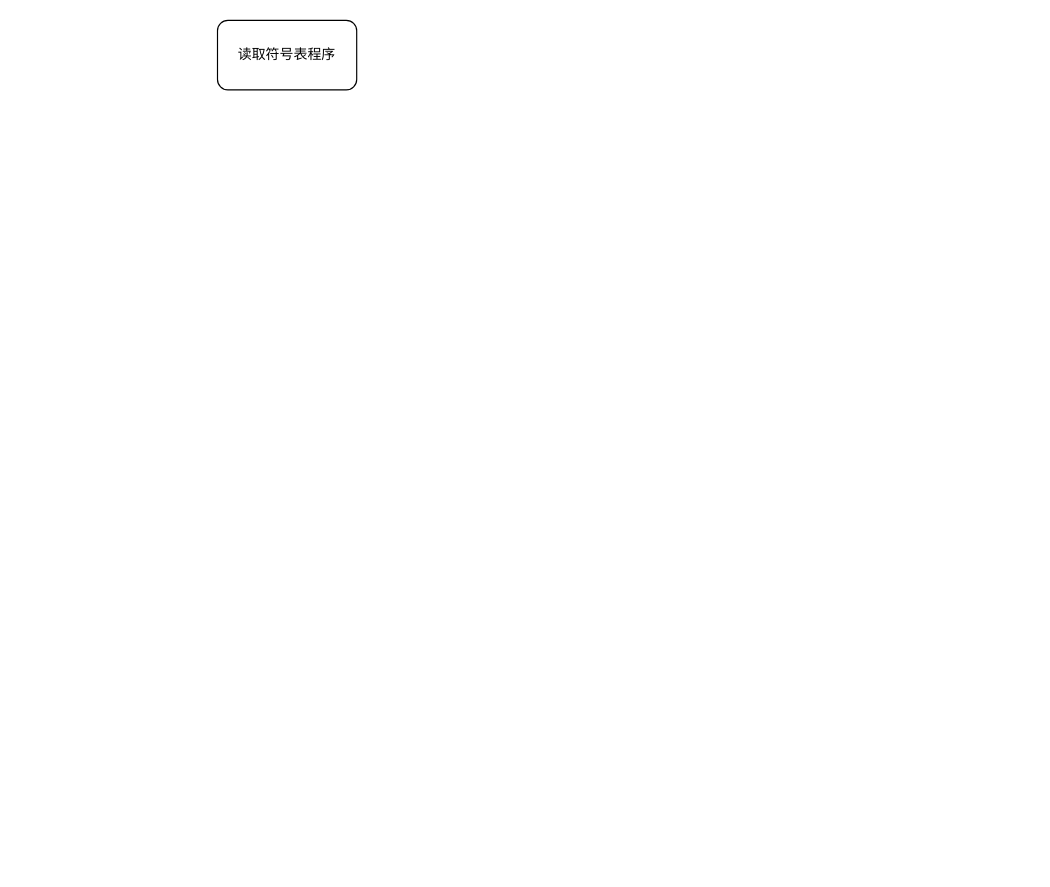
Jasaxion/LinuxELF_FileParse keeps this draw.io diagram as work/dp/s指令/image/s.drawio. Above is the earlier version. Source tidied: cells renumbered, new cells numbered last; positions are measured from the earlier drawing's top-left corner, leaving out a move shared by most shapes. Both pictures are drawn from the tidied source at 116%, with x=0, y=0 at pixel (217, 20).
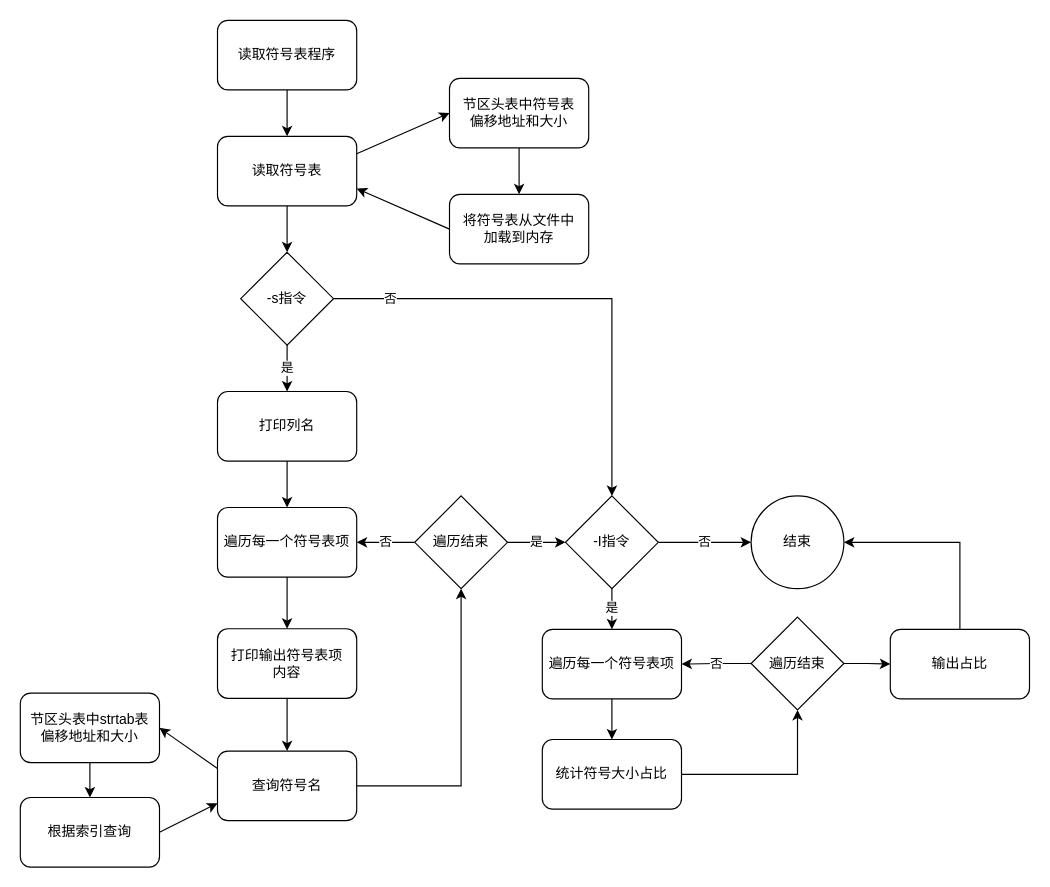
The same page after the edit.

The change refers to these unchanged cells:
```xml
<mxCell id="2" value="读取符号表程序" style="rounded=1;whiteSpace=wrap;html=1;" parent="1" vertex="1">
  <mxGeometry width="120" height="60" as="geometry" />
</mxCell>
```

The edit, as a diff of the source:
```diff
@@
+    <mxCell id="3" style="edgeStyle=orthogonalEdgeStyle;rounded=0;jettySize=auto;html=1;" parent="1" edge="1" source="2" target="5">
+      <mxGeometry relative="1" as="geometry" />
+    </mxCell>
@@
+    <mxCell id="4" style="edgeStyle=orthogonalEdgeStyle;rounded=0;jettySize=auto;html=1;" parent="1" edge="1" source="5" target="13">
+      <mxGeometry relative="1" as="geometry" />
+    </mxCell>
+    <mxCell id="5" value="读取符号表" style="rounded=1;whiteSpace=wrap;html=1;" parent="1" vertex="1">
+      <mxGeometry y="100" width="120" height="60" as="geometry" />
+    </mxCell>
+    <mxCell id="6" style="edgeStyle=orthogonalEdgeStyle;rounded=0;jettySize=auto;html=1;" parent="1" edge="1" source="7" target="8">
+      <mxGeometry relative="1" as="geometry" />
+    </mxCell>
+    <mxCell id="7" value="节区头表中符号表&lt;br&gt;偏移地址和大小" style="rounded=1;whiteSpace=wrap;html=1;" parent="1" vertex="1">
+      <mxGeometry x="200" y="50" width="120" height="60" as="geometry" />
+    </mxCell>
+    <mxCell id="8" value="将符号表从文件中&lt;br&gt;加载到内存" style="rounded=1;whiteSpace=wrap;html=1;" parent="1" vertex="1">
+      <mxGeometry x="200" y="150" width="120" height="60" as="geometry" />
+    </mxCell>
+    <mxCell id="9" style="endArrow=classic;html=1;rounded=0;exitX=1;exitY=0.25;exitDx=0;exitDy=0;entryX=0;entryY=0.5;entryDx=0;entryDy=0;" parent="1" edge="1" source="5" target="7">
+      <mxGeometry relative="1" as="geometry" />
+    </mxCell>
+    <mxCell id="10" style="endArrow=classic;html=1;rounded=0;entryX=1;entryY=0.75;entryDx=0;entryDy=0;exitX=0;exitY=0.5;exitDx=0;exitDy=0;" parent="1" edge="1" source="8" target="5">
+      <mxGeometry relative="1" as="geometry" />
+    </mxCell>
+    <mxCell id="11" value="是" style="edgeStyle=orthogonalEdgeStyle;rounded=0;jettySize=auto;html=1;" parent="1" edge="1" source="13" target="15">
+      <mxGeometry relative="1" as="geometry" />
+    </mxCell>
+    <mxCell id="12" value="否" style="edgeStyle=orthogonalEdgeStyle;rounded=0;jettySize=auto;html=1;exitX=1;exitY=0.5;exitDx=0;exitDy=0;entryX=0.5;entryY=0;entryDx=0;entryDy=0;" parent="1" edge="1" source="13" target="32">
+      <mxGeometry x="-0.76" relative="1" as="geometry" />
+    </mxCell>
+    <mxCell id="13" value="-s指令" style="rhombus;whiteSpace=wrap;html=1;" parent="1" vertex="1">
+      <mxGeometry x="20" y="200" width="80" height="80" as="geometry" />
+    </mxCell>
+    <mxCell id="14" style="edgeStyle=orthogonalEdgeStyle;rounded=0;jettySize=auto;html=1;" parent="1" edge="1" source="15" target="17">
+      <mxGeometry relative="1" as="geometry" />
+    </mxCell>
+    <mxCell id="15" value="打印列名" style="rounded=1;whiteSpace=wrap;html=1;" parent="1" vertex="1">
+      <mxGeometry y="320" width="120" height="60" as="geometry" />
+    </mxCell>
+    <mxCell id="16" style="edgeStyle=orthogonalEdgeStyle;rounded=0;jettySize=auto;html=1;" parent="1" edge="1" source="17" target="22">
+      <mxGeometry relative="1" as="geometry" />
+    </mxCell>
+    <mxCell id="17" value="遍历每一个符号表项" style="rounded=1;whiteSpace=wrap;html=1;" parent="1" vertex="1">
+      <mxGeometry y="420" width="120" height="60" as="geometry" />
+    </mxCell>
+    <mxCell id="18" value="否" style="edgeStyle=orthogonalEdgeStyle;rounded=0;jettySize=auto;html=1;" parent="1" edge="1" source="20" target="17">
+      <mxGeometry relative="1" as="geometry" />
+    </mxCell>
+    <mxCell id="19" value="是" style="edgeStyle=orthogonalEdgeStyle;rounded=0;jettySize=auto;html=1;" parent="1" edge="1" source="20" target="32">
+      <mxGeometry relative="1" as="geometry" />
+    </mxCell>
+    <mxCell id="20" value="遍历结束" style="rhombus;whiteSpace=wrap;html=1;" parent="1" vertex="1">
+      <mxGeometry x="170" y="410" width="80" height="80" as="geometry" />
+    </mxCell>
+    <mxCell id="21" style="edgeStyle=orthogonalEdgeStyle;rounded=0;jettySize=auto;html=1;" parent="1" edge="1" source="22" target="24">
+      <mxGeometry relative="1" as="geometry" />
+    </mxCell>
+    <mxCell id="22" value="打印输出符号表项&lt;br&gt;内容" style="rounded=1;whiteSpace=wrap;html=1;" parent="1" vertex="1">
+      <mxGeometry y="524.5" width="120" height="60" as="geometry" />
+    </mxCell>
+    <mxCell id="23" style="edgeStyle=orthogonalEdgeStyle;rounded=0;jettySize=auto;html=1;entryX=0.5;entryY=1;entryDx=0;entryDy=0;" parent="1" edge="1" source="24" target="20">
+      <mxGeometry relative="1" as="geometry" />
+    </mxCell>
+    <mxCell id="24" value="查询符号名" style="rounded=1;whiteSpace=wrap;html=1;" parent="1" vertex="1">
+      <mxGeometry y="630" width="120" height="60" as="geometry" />
+    </mxCell>
+    <mxCell id="25" style="edgeStyle=orthogonalEdgeStyle;rounded=0;jettySize=auto;html=1;" parent="1" edge="1" source="26" target="27">
+      <mxGeometry relative="1" as="geometry" />
+    </mxCell>
+    <mxCell id="26" value="节区头表中strtab表&lt;br&gt;偏移地址和大小" style="rounded=1;whiteSpace=wrap;html=1;" parent="1" vertex="1">
+      <mxGeometry x="-170" y="580" width="120" height="60" as="geometry" />
+    </mxCell>
+    <mxCell id="27" value="根据索引查询" style="rounded=1;whiteSpace=wrap;html=1;" parent="1" vertex="1">
+      <mxGeometry x="-170" y="670" width="120" height="60" as="geometry" />
+    </mxCell>
+    <mxCell id="28" style="endArrow=classic;html=1;rounded=0;exitX=0;exitY=0.25;exitDx=0;exitDy=0;entryX=1;entryY=0.5;entryDx=0;entryDy=0;" parent="1" edge="1" source="24" target="26">
+      <mxGeometry relative="1" as="geometry" />
+    </mxCell>
+    <mxCell id="29" style="endArrow=classic;html=1;rounded=0;exitX=1;exitY=0.5;exitDx=0;exitDy=0;entryX=0;entryY=0.75;entryDx=0;entryDy=0;" parent="1" edge="1" source="27" target="24">
+      <mxGeometry relative="1" as="geometry" />
+    </mxCell>
+    <mxCell id="30" value="是" style="edgeStyle=orthogonalEdgeStyle;rounded=0;jettySize=auto;html=1;" parent="1" edge="1" source="32" target="34">
+      <mxGeometry relative="1" as="geometry" />
+    </mxCell>
+    <mxCell id="31" value="否" style="edgeStyle=orthogonalEdgeStyle;rounded=0;jettySize=auto;html=1;entryX=0;entryY=0.5;entryDx=0;entryDy=0;" parent="1" edge="1" source="32" target="42">
+      <mxGeometry relative="1" as="geometry" />
+    </mxCell>
+    <mxCell id="32" value="-I指令" style="rhombus;whiteSpace=wrap;html=1;" parent="1" vertex="1">
+      <mxGeometry x="300" y="410" width="80" height="80" as="geometry" />
+    </mxCell>
+    <mxCell id="33" style="edgeStyle=orthogonalEdgeStyle;rounded=0;jettySize=auto;html=1;" parent="1" edge="1" source="34" target="39">
+      <mxGeometry relative="1" as="geometry" />
+    </mxCell>
+    <mxCell id="34" value="遍历每一个符号表项" style="rounded=1;whiteSpace=wrap;html=1;" parent="1" vertex="1">
+      <mxGeometry x="280" y="525" width="120" height="60" as="geometry" />
+    </mxCell>
+    <mxCell id="35" value="否" style="edgeStyle=orthogonalEdgeStyle;rounded=0;jettySize=auto;html=1;" parent="1" edge="1" source="37" target="34">
+      <mxGeometry relative="1" as="geometry" />
+    </mxCell>
+    <mxCell id="36" style="edgeStyle=orthogonalEdgeStyle;rounded=0;jettySize=auto;html=1;" parent="1" edge="1" source="37" target="41">
+      <mxGeometry relative="1" as="geometry" />
+    </mxCell>
+    <mxCell id="37" value="遍历结束" style="rhombus;whiteSpace=wrap;html=1;" parent="1" vertex="1">
+      <mxGeometry x="460" y="514.5" width="80" height="80" as="geometry" />
+    </mxCell>
+    <mxCell id="38" style="edgeStyle=orthogonalEdgeStyle;rounded=0;jettySize=auto;html=1;entryX=0.5;entryY=1;entryDx=0;entryDy=0;" parent="1" edge="1" source="39" target="37">
+      <mxGeometry relative="1" as="geometry" />
+    </mxCell>
+    <mxCell id="39" value="统计符号大小占比" style="rounded=1;whiteSpace=wrap;html=1;" parent="1" vertex="1">
+      <mxGeometry x="280" y="620" width="120" height="60" as="geometry" />
+    </mxCell>
+    <mxCell id="40" style="edgeStyle=orthogonalEdgeStyle;rounded=0;jettySize=auto;html=1;entryX=1;entryY=0.5;entryDx=0;entryDy=0;" parent="1" edge="1" source="41" target="42">
+      <mxGeometry relative="1" as="geometry">
+        <Array as="points">
+          <mxPoint x="640" y="450" />
+        </Array>
+      </mxGeometry>
+    </mxCell>
+    <mxCell id="41" value="输出占比" style="rounded=1;whiteSpace=wrap;html=1;" parent="1" vertex="1">
+      <mxGeometry x="580" y="525" width="120" height="60" as="geometry" />
+    </mxCell>
+    <mxCell id="42" value="结束" style="ellipse;whiteSpace=wrap;html=1;" parent="1" vertex="1">
+      <mxGeometry x="460" y="410" width="80" height="80" as="geometry" />
+    </mxCell>
```
